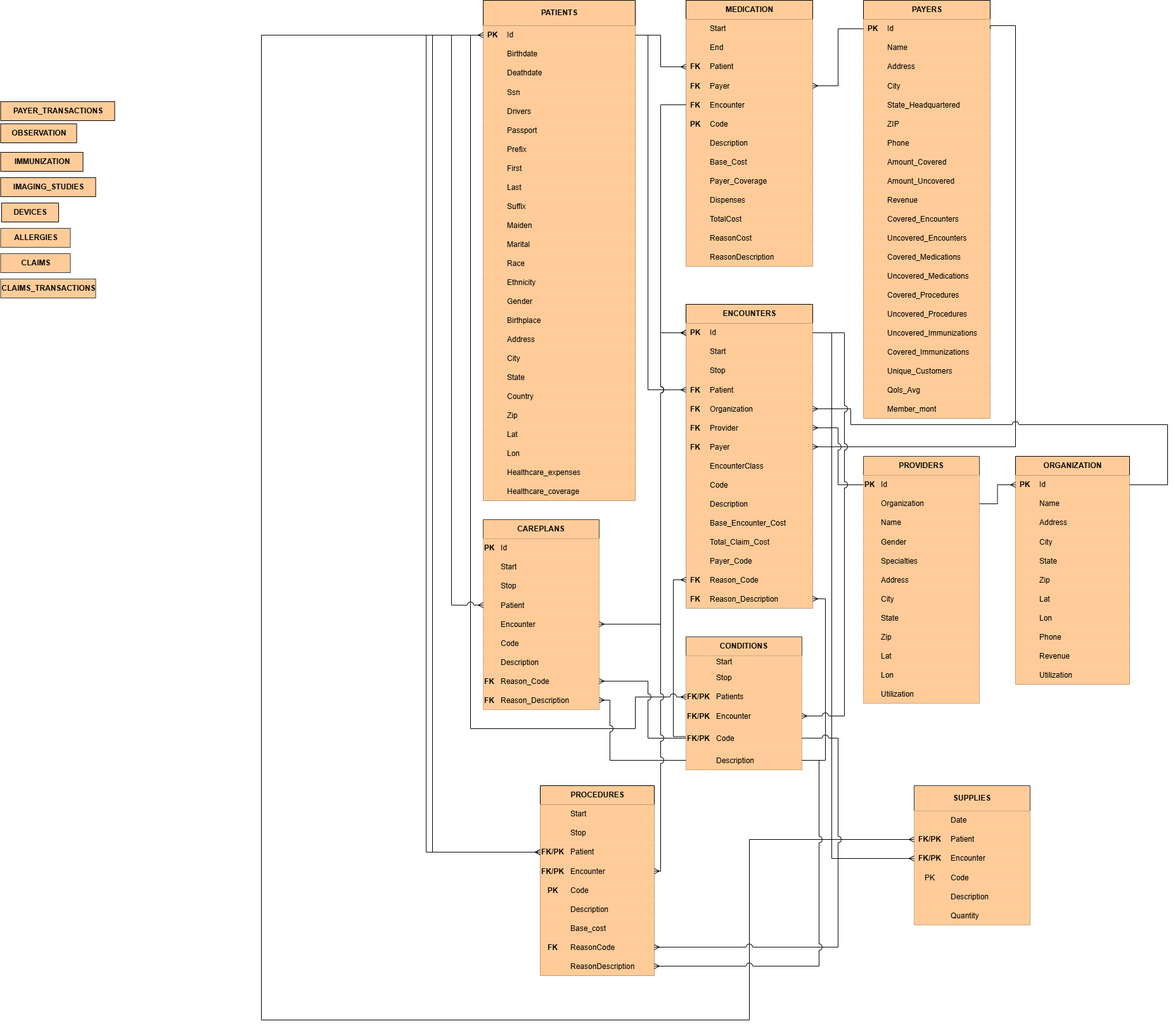
UtsuroNoArashi/BigDataProject keeps this draw.io diagram as BigDataProject.drawio.png. Above is the earlier version. Source tidied: cells renumbered, new cells last; positions are measured from the earlier drawing's top-left corner, leaving out a move shared by most shapes.
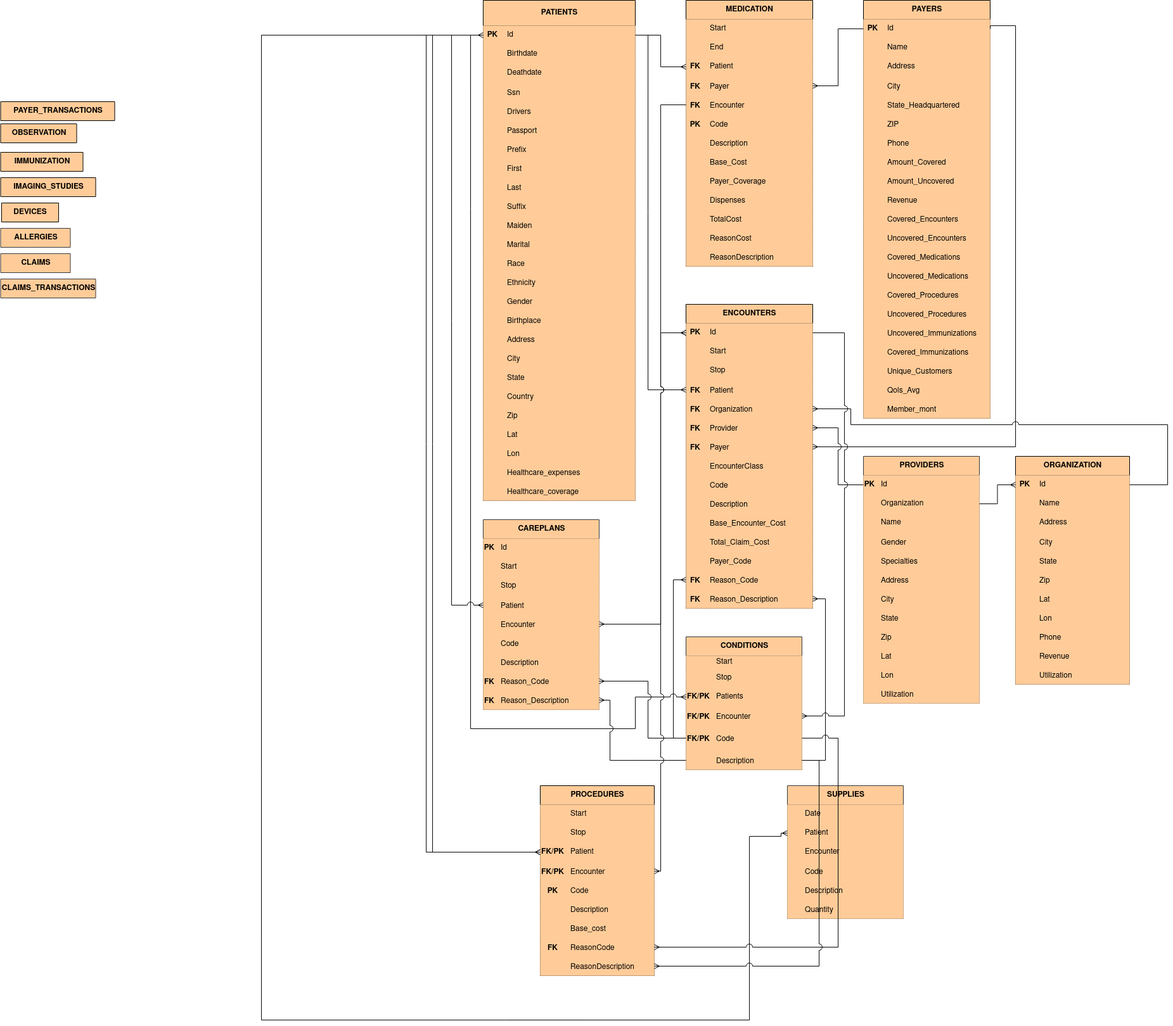
After the change.

Diff of the diagram source:
```diff
@@ -2,62 +2,62 @@
   <root>
     <mxCell id="0" />
     <mxCell id="1" parent="0" />
-    <mxCell id="2" value="SUPPLIES" style="shape=table;startSize=40;rowLines=0;fontStyle=1;align=center;html=1;fillColor=light-dark(#FFCC99,#B98351);strokeColor=light-dark(#36393D,#DDE2E4);fontColor=light-dark(#000000,#000000);" parent="1" vertex="1">
-      <mxGeometry x="1442" y="1240" width="183" height="220" as="geometry" />
+    <mxCell id="2" value="SUPPLIES" style="shape=table;startSize=30;rowLines=0;fontStyle=1;align=center;html=1;fillColor=light-dark(#FFCC99,#B98351);strokeColor=light-dark(#36393D,#DDE2E4);fontColor=light-dark(#000000,#000000);" parent="1" vertex="1">
+      <mxGeometry x="1242" y="1240" width="183" height="210" as="geometry" />
     </mxCell>
     <mxCell id="3" style="shape=tableRow;horizontal=0;startSize=0;swimlaneHead=0;swimlaneBody=0;fillColor=light-dark(#FFCC99,#B98351);top=0;left=0;right=0;bottom=0;strokeColor=light-dark(#36393D,#DDE2E4);fontColor=light-dark(#000000,#000000);" parent="2" vertex="1">
-      <mxGeometry y="40" width="183" height="30" as="geometry" />
+      <mxGeometry y="30" width="183" height="30" as="geometry" />
     </mxCell>
     <mxCell id="4" style="shape=partialRectangle;fillColor=light-dark(#FFCC99,#B98351);top=0;left=0;bottom=0;right=0;overflow=hidden;whiteSpace=wrap;html=1;strokeColor=light-dark(#36393D,#DDE2E4);fontColor=light-dark(#000000,#000000);" parent="3" vertex="1">
-      <mxGeometry width="50" height="30" as="geometry" />
+      <mxGeometry width="20" height="30" as="geometry" />
     </mxCell>
     <mxCell id="5" value="Date" style="shape=partialRectangle;fillColor=light-dark(#FFCC99,#B98351);top=0;left=0;bottom=0;right=0;align=left;spacingLeft=6;overflow=hidden;whiteSpace=wrap;html=1;strokeColor=default;fontColor=light-dark(#000000,#000000);" parent="3" vertex="1">
-      <mxGeometry x="50" width="133" height="30" as="geometry" />
+      <mxGeometry x="20" width="163" height="30" as="geometry" />
     </mxCell>
     <mxCell id="6" style="shape=tableRow;horizontal=0;startSize=0;swimlaneHead=0;swimlaneBody=0;fillColor=light-dark(#FFCC99,#B98351);points=[[0,0.5],[1,0.5]];portConstraint=eastwest;top=0;left=0;right=0;bottom=0;strokeColor=light-dark(#36393D,#DDE2E4);fontColor=light-dark(#000000,#000000);" parent="2" vertex="1">
-      <mxGeometry y="70" width="183" height="30" as="geometry" />
+      <mxGeometry y="60" width="183" height="30" as="geometry" />
     </mxCell>
-    <mxCell id="7" value="&lt;b&gt;FK/PK&lt;/b&gt;" style="shape=partialRectangle;fillColor=light-dark(#FFCC99,#B98351);top=0;left=0;bottom=0;right=0;overflow=hidden;whiteSpace=wrap;html=1;strokeColor=light-dark(#36393D,#DDE2E4);fontColor=light-dark(#000000,#000000);" parent="6" vertex="1">
-      <mxGeometry width="50" height="30" as="geometry" />
+    <mxCell id="7" style="shape=partialRectangle;fillColor=light-dark(#FFCC99,#B98351);top=0;left=0;bottom=0;right=0;overflow=hidden;whiteSpace=wrap;html=1;strokeColor=light-dark(#36393D,#DDE2E4);fontColor=light-dark(#000000,#000000);" parent="6" vertex="1">
+      <mxGeometry width="20" height="30" as="geometry" />
     </mxCell>
     <mxCell id="8" value="Patient" style="shape=partialRectangle;fillColor=light-dark(#FFCC99,#B98351);top=0;left=0;bottom=0;right=0;align=left;spacingLeft=6;overflow=hidden;whiteSpace=wrap;html=1;strokeColor=default;fontColor=light-dark(#000000,#000000);" parent="6" vertex="1">
-      <mxGeometry x="50" width="133" height="30" as="geometry" />
+      <mxGeometry x="20" width="163" height="30" as="geometry" />
     </mxCell>
     <mxCell id="9" style="shape=tableRow;horizontal=0;startSize=0;swimlaneHead=0;swimlaneBody=0;fillColor=light-dark(#FFCC99,#B98351);points=[[0,0.5],[1,0.5]];portConstraint=eastwest;top=0;left=0;right=0;bottom=0;strokeColor=light-dark(#36393D,#DDE2E4);fontColor=light-dark(#000000,#000000);" parent="2" vertex="1">
-      <mxGeometry y="100" width="183" height="30" as="geometry" />
+      <mxGeometry y="90" width="183" height="30" as="geometry" />
     </mxCell>
-    <mxCell id="10" value="&lt;b&gt;FK/PK&lt;/b&gt;" style="shape=partialRectangle;fillColor=light-dark(#FFCC99,#B98351);top=0;left=0;bottom=0;right=0;overflow=hidden;whiteSpace=wrap;html=1;strokeColor=light-dark(#36393D,#DDE2E4);fontColor=light-dark(#000000,#000000);" parent="9" vertex="1">
-      <mxGeometry width="50" height="30" as="geometry" />
+    <mxCell id="10" style="shape=partialRectangle;fillColor=light-dark(#FFCC99,#B98351);top=0;left=0;bottom=0;right=0;overflow=hidden;whiteSpace=wrap;html=1;strokeColor=light-dark(#36393D,#DDE2E4);fontColor=light-dark(#000000,#000000);" parent="9" vertex="1">
+      <mxGeometry width="20" height="30" as="geometry" />
     </mxCell>
     <mxCell id="11" value="Encounter" style="shape=partialRectangle;fillColor=light-dark(#FFCC99,#B98351);top=0;left=0;bottom=0;right=0;align=left;spacingLeft=6;overflow=hidden;whiteSpace=wrap;html=1;strokeColor=default;fontColor=light-dark(#000000,#000000);" parent="9" vertex="1">
-      <mxGeometry x="50" width="133" height="30" as="geometry" />
+      <mxGeometry x="20" width="163" height="30" as="geometry" />
     </mxCell>
     <mxCell id="12" style="shape=tableRow;horizontal=0;startSize=0;swimlaneHead=0;swimlaneBody=0;fillColor=light-dark(#FFCC99,#B98351);top=0;left=0;right=0;bottom=0;strokeColor=light-dark(#36393D,#DDE2E4);fontColor=light-dark(#000000,#000000);" parent="2" vertex="1">
-      <mxGeometry y="130" width="183" height="30" as="geometry" />
+      <mxGeometry y="120" width="183" height="30" as="geometry" />
     </mxCell>
-    <mxCell id="13" value="PK" style="shape=partialRectangle;fillColor=light-dark(#FFCC99,#B98351);top=0;left=0;bottom=0;right=0;overflow=hidden;strokeColor=light-dark(#36393D,#DDE2E4);fontColor=light-dark(#000000,#000000);" parent="12" vertex="1">
-      <mxGeometry width="50" height="30" as="geometry" />
+    <mxCell id="13" style="shape=partialRectangle;fillColor=light-dark(#FFCC99,#B98351);top=0;left=0;bottom=0;right=0;overflow=hidden;strokeColor=light-dark(#36393D,#DDE2E4);fontColor=light-dark(#000000,#000000);" parent="12" vertex="1">
+      <mxGeometry width="20" height="30" as="geometry" />
     </mxCell>
     <mxCell id="14" value="Code" style="shape=partialRectangle;fillColor=light-dark(#FFCC99,#B98351);top=0;left=0;bottom=0;right=0;align=left;spacingLeft=6;overflow=hidden;strokeColor=default;fontColor=light-dark(#000000,#000000);" parent="12" vertex="1">
-      <mxGeometry x="50" width="133" height="30" as="geometry" />
+      <mxGeometry x="20" width="163" height="30" as="geometry" />
     </mxCell>
     <mxCell id="15" style="shape=tableRow;horizontal=0;startSize=0;swimlaneHead=0;swimlaneBody=0;fillColor=light-dark(#FFCC99,#B98351);top=0;left=0;right=0;bottom=0;strokeColor=light-dark(#36393D,#DDE2E4);fontColor=light-dark(#000000,#000000);" parent="2" vertex="1">
-      <mxGeometry y="160" width="183" height="30" as="geometry" />
+      <mxGeometry y="150" width="183" height="30" as="geometry" />
     </mxCell>
     <mxCell id="16" style="shape=partialRectangle;fillColor=light-dark(#FFCC99,#B98351);top=0;left=0;bottom=0;right=0;overflow=hidden;strokeColor=light-dark(#36393D,#DDE2E4);fontColor=light-dark(#000000,#000000);" parent="15" vertex="1">
-      <mxGeometry width="50" height="30" as="geometry" />
+      <mxGeometry width="20" height="30" as="geometry" />
     </mxCell>
     <mxCell id="17" value="Description    " style="shape=partialRectangle;fillColor=light-dark(#FFCC99,#B98351);top=0;left=0;bottom=0;right=0;align=left;spacingLeft=6;overflow=hidden;strokeColor=default;fontColor=light-dark(#000000,#000000);" parent="15" vertex="1">
-      <mxGeometry x="50" width="133" height="30" as="geometry" />
+      <mxGeometry x="20" width="163" height="30" as="geometry" />
     </mxCell>
     <mxCell id="18" style="shape=tableRow;horizontal=0;startSize=0;swimlaneHead=0;swimlaneBody=0;fillColor=light-dark(#FFCC99,#B98351);top=0;left=0;right=0;bottom=0;strokeColor=light-dark(#36393D,#DDE2E4);fontColor=light-dark(#000000,#000000);" parent="2" vertex="1">
-      <mxGeometry y="190" width="183" height="30" as="geometry" />
+      <mxGeometry y="180" width="183" height="30" as="geometry" />
     </mxCell>
     <mxCell id="19" style="shape=partialRectangle;fillColor=light-dark(#FFCC99,#B98351);top=0;left=0;bottom=0;right=0;overflow=hidden;strokeColor=light-dark(#36393D,#DDE2E4);fontColor=light-dark(#000000,#000000);" parent="18" vertex="1">
-      <mxGeometry width="50" height="30" as="geometry" />
+      <mxGeometry width="20" height="30" as="geometry" />
     </mxCell>
     <mxCell id="20" value="Quantity" style="shape=partialRectangle;fillColor=light-dark(#FFCC99,#B98351);top=0;left=0;bottom=0;right=0;align=left;spacingLeft=6;overflow=hidden;strokeColor=default;fontColor=light-dark(#000000,#000000);" parent="18" vertex="1">
-      <mxGeometry x="50" width="133" height="30" as="geometry" />
+      <mxGeometry x="20" width="163" height="30" as="geometry" />
     </mxCell>
     <mxCell id="21" value="PROVIDERS" style="shape=table;startSize=30;rowLines=0;fontStyle=1;align=center;html=1;fillColor=light-dark(#FFCC99,#B98351);strokeColor=light-dark(#36393D,#DDE2E4);fontColor=light-dark(#000000,#000000);" parent="1" vertex="1">
       <mxGeometry x="1362" y="720" width="183" height="390" as="geometry" />
@@ -1186,10 +1186,10 @@
     <mxCell id="388" style="edgeStyle=orthogonalEdgeStyle;rounded=0;jettySize=auto;html=1;exitX=0;exitY=0.5;exitDx=0;exitDy=0;endArrow=ERmany;endFill=0;jumpStyle=arc;jumpSize=10;" parent="1" edge="1" source="22" target="351">
       <mxGeometry relative="1" as="geometry" />
     </mxCell>
-    <mxCell id="389" style="edgeStyle=orthogonalEdgeStyle;rounded=0;jettySize=auto;html=1;exitX=0;exitY=0.75;exitDx=0;exitDy=0;endArrow=ERmany;endFill=0;jumpStyle=arc;jumpSize=10;" parent="1" edge="1" source="390" target="375">
+    <mxCell id="389" style="edgeStyle=orthogonalEdgeStyle;rounded=0;jettySize=auto;html=1;exitX=0;exitY=0.5;exitDx=0;exitDy=0;endArrow=ERmany;endFill=0;jumpStyle=arc;jumpSize=10;" parent="1" edge="1" source="403" target="375">
       <mxGeometry relative="1" as="geometry">
         <Array as="points">
-          <mxPoint x="1062" y="1163" />
+          <mxPoint x="1062" y="1165" />
           <mxPoint x="1062" y="915" />
         </Array>
       </mxGeometry>
@@ -1323,13 +1323,15 @@
         </Array>
       </mxGeometry>
     </mxCell>
-    <mxCell id="419" style="edgeStyle=orthogonalEdgeStyle;rounded=0;jettySize=auto;html=1;endArrow=ERmany;endFill=0;entryX=0;entryY=0.5;entryDx=0;entryDy=0;" parent="1" edge="1" source="182" target="6">
+    <mxCell id="419" style="edgeStyle=orthogonalEdgeStyle;rounded=0;jettySize=auto;html=1;endArrow=ERmany;endFill=0;" parent="1" edge="1" source="182" target="6">
       <mxGeometry relative="1" as="geometry">
         <Array as="points">
           <mxPoint x="412" y="55" />
           <mxPoint x="412" y="1610" />
           <mxPoint x="1182" y="1610" />
-          <mxPoint x="1182" y="1325" />
+          <mxPoint x="1182" y="1320" />
+          <mxPoint x="1232" y="1320" />
+          <mxPoint x="1232" y="1315" />
         </Array>
       </mxGeometry>
     </mxCell>
@@ -1357,13 +1359,5 @@
         </Array>
       </mxGeometry>
     </mxCell>
-    <mxCell id="423" style="edgeStyle=orthogonalEdgeStyle;rounded=0;jettySize=auto;html=1;endArrow=ERmany;endFill=0;entryX=0;entryY=0.5;entryDx=0;entryDy=0;" parent="1" edge="1" source="336" target="9">
-      <mxGeometry relative="1" as="geometry">
-        <Array as="points">
-          <mxPoint x="1312" y="525" />
-          <mxPoint x="1312" y="1355" />
-        </Array>
-      </mxGeometry>
-    </mxCell>
   </root>
 </mxGraphModel>
```
